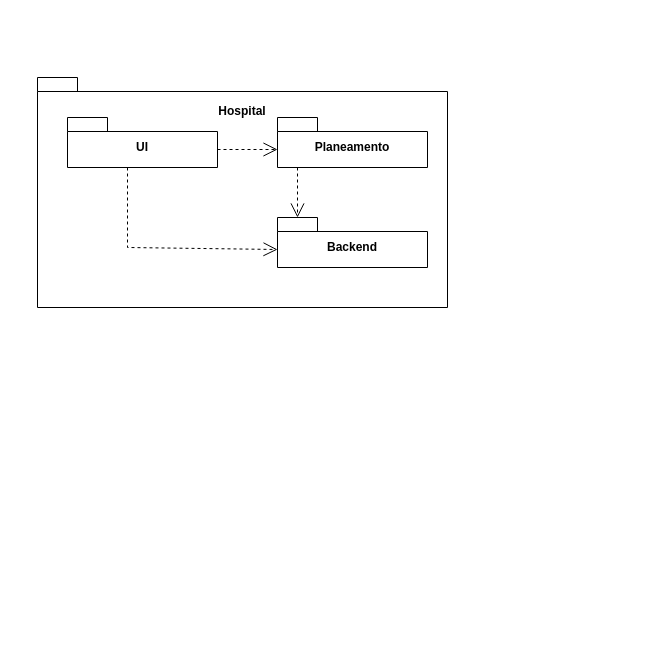
The draw.io diagram docs/geral/views/level-2/implementation/vista_implementacao.drawio in andredsferreira/p5sem-3dj-g59, before the edit. Source tidied: cells renumbered, new cells numbered last; positions are measured from the earlier drawing's top-left corner, leaving out a move shared by most shapes. Both pictures are drawn from the tidied source at 100%, with x=0, y=0 at pixel (37, 77).
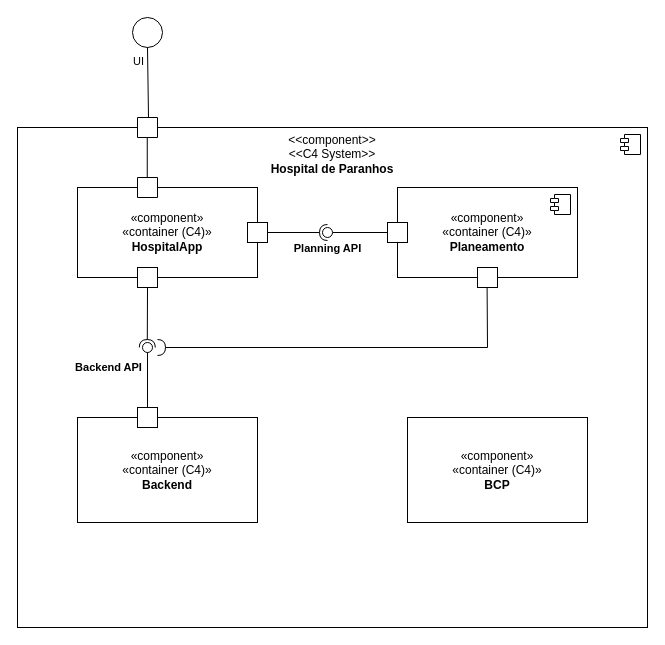
The same page after the edit.

The edit, as a diff of the source:
```diff
@@
-    <mxCell id="2" value="Hospital&lt;div&gt;&lt;br&gt;&lt;/div&gt;&lt;div&gt;&lt;br&gt;&lt;/div&gt;&lt;div&gt;&lt;br&gt;&lt;/div&gt;&lt;div&gt;&lt;br&gt;&lt;/div&gt;&lt;div&gt;&lt;br&gt;&lt;/div&gt;&lt;div&gt;&lt;br&gt;&lt;/div&gt;&lt;div&gt;&lt;br&gt;&lt;/div&gt;&lt;div&gt;&lt;br&gt;&lt;/div&gt;&lt;div&gt;&lt;br&gt;&lt;/div&gt;&lt;div&gt;&lt;br&gt;&lt;/div&gt;&lt;div&gt;&lt;br&gt;&lt;/div&gt;&lt;div&gt;&lt;br&gt;&lt;/div&gt;" style="shape=folder;fontStyle=1;spacingTop=10;tabWidth=40;tabHeight=14;tabPosition=left;html=1;whiteSpace=wrap;" parent="1" vertex="1">
-      <mxGeometry width="410" height="230" as="geometry" />
-    </mxCell>
+    <mxCell id="9" value="&amp;lt;&amp;lt;component&amp;gt;&amp;gt;&lt;div&gt;&amp;lt;&amp;lt;C4 System&amp;gt;&amp;gt;&lt;br&gt;&lt;b&gt;Hospital de Paranhos&lt;/b&gt;&lt;/div&gt;&lt;div&gt;&lt;b&gt;&lt;br&gt;&lt;/b&gt;&lt;/div&gt;&lt;div&gt;&lt;b&gt;&lt;br&gt;&lt;/b&gt;&lt;/div&gt;&lt;div&gt;&lt;b&gt;&lt;br&gt;&lt;/b&gt;&lt;/div&gt;&lt;div&gt;&lt;b&gt;&lt;br&gt;&lt;/b&gt;&lt;/div&gt;&lt;div&gt;&lt;b&gt;&lt;br&gt;&lt;/b&gt;&lt;/div&gt;&lt;div&gt;&lt;b&gt;&lt;br&gt;&lt;/b&gt;&lt;/div&gt;&lt;div&gt;&lt;b&gt;&lt;br&gt;&lt;/b&gt;&lt;/div&gt;&lt;div&gt;&lt;b&gt;&lt;br&gt;&lt;/b&gt;&lt;/div&gt;&lt;div&gt;&lt;b&gt;&lt;br&gt;&lt;/b&gt;&lt;/div&gt;&lt;div&gt;&lt;b&gt;&lt;br&gt;&lt;/b&gt;&lt;/div&gt;&lt;div&gt;&lt;b&gt;&lt;br&gt;&lt;/b&gt;&lt;/div&gt;&lt;div&gt;&lt;b&gt;&lt;br&gt;&lt;/b&gt;&lt;/div&gt;&lt;div&gt;&lt;b&gt;&lt;br&gt;&lt;/b&gt;&lt;/div&gt;&lt;div&gt;&lt;b&gt;&lt;br&gt;&lt;/b&gt;&lt;/div&gt;&lt;div&gt;&lt;b&gt;&lt;br&gt;&lt;/b&gt;&lt;/div&gt;&lt;div&gt;&lt;b&gt;&lt;br&gt;&lt;/b&gt;&lt;/div&gt;&lt;div&gt;&lt;b&gt;&lt;br&gt;&lt;/b&gt;&lt;/div&gt;&lt;div&gt;&lt;b&gt;&lt;br&gt;&lt;/b&gt;&lt;/div&gt;&lt;div&gt;&lt;b&gt;&lt;br&gt;&lt;/b&gt;&lt;/div&gt;&lt;div&gt;&lt;b&gt;&lt;br&gt;&lt;/b&gt;&lt;/div&gt;&lt;div&gt;&lt;b&gt;&lt;br&gt;&lt;/b&gt;&lt;/div&gt;&lt;div&gt;&lt;b&gt;&lt;br&gt;&lt;/b&gt;&lt;/div&gt;&lt;div&gt;&lt;b&gt;&lt;br&gt;&lt;/b&gt;&lt;/div&gt;&lt;div&gt;&lt;b&gt;&lt;br&gt;&lt;/b&gt;&lt;/div&gt;&lt;div&gt;&lt;b&gt;&lt;br&gt;&lt;/b&gt;&lt;/div&gt;&lt;div&gt;&lt;b&gt;&lt;br&gt;&lt;/b&gt;&lt;/div&gt;&lt;div&gt;&lt;b&gt;&lt;br&gt;&lt;/b&gt;&lt;/div&gt;&lt;div&gt;&lt;b&gt;&lt;br&gt;&lt;/b&gt;&lt;/div&gt;&lt;div&gt;&lt;b&gt;&lt;br&gt;&lt;/b&gt;&lt;/div&gt;&lt;div&gt;&lt;b&gt;&lt;br&gt;&lt;/b&gt;&lt;/div&gt;&lt;div&gt;&lt;br&gt;&lt;/div&gt;" style="html=1;whiteSpace=wrap;" parent="1" vertex="1">
+      <mxGeometry x="-20" y="50" width="630" height="500" as="geometry" />
+    </mxCell>
+    <mxCell id="10" style="shape=module;jettyWidth=8;jettyHeight=4;" parent="9" vertex="1">
+      <mxGeometry x="1" width="20" height="20" relative="1" as="geometry">
+        <mxPoint x="-27" y="7" as="offset" />
+      </mxGeometry>
+    </mxCell>
+    <mxCell id="11" style="verticalLabelPosition=bottom;verticalAlign=top;html=1;shape=mxgraph.basic.rect;fillColor2=none;strokeWidth=1;size=20;indent=5;" parent="1" vertex="1">
+      <mxGeometry x="100" y="40" width="20" height="20" as="geometry" />
+    </mxCell>
+    <mxCell id="12" style="endArrow=none;html=1;rounded=0;exitX=0.488;exitY=0.015;exitDx=0;exitDy=0;exitPerimeter=0;entryX=0.488;entryY=1.026;entryDx=0;entryDy=0;entryPerimeter=0;" parent="1" edge="1" source="19" target="11">
+      <mxGeometry relative="1" as="geometry" />
+    </mxCell>
+    <mxCell id="13" style="ellipse;whiteSpace=wrap;html=1;align=center;fillColor=none;strokeColor=none;perimeter=centerPerimeter;" parent="1" vertex="1">
+      <mxGeometry x="130" y="160" width="10" height="10" as="geometry" />
+    </mxCell>
+    <mxCell id="14" style="ellipse;whiteSpace=wrap;html=1;" parent="1" vertex="1">
+      <mxGeometry x="95" y="-60" width="30" height="30" as="geometry" />
+    </mxCell>
+    <mxCell id="15" style="endArrow=none;html=1;rounded=0;entryX=0.5;entryY=1;entryDx=0;entryDy=0;exitX=0.55;exitY=0.011;exitDx=0;exitDy=0;exitPerimeter=0;" parent="1" edge="1" source="11" target="14">
+      <mxGeometry relative="1" as="geometry" />
+    </mxCell>
-    <mxCell id="3" value="UI" style="shape=folder;fontStyle=1;spacingTop=10;tabWidth=40;tabHeight=14;tabPosition=left;html=1;whiteSpace=wrap;" parent="1" vertex="1">
-      <mxGeometry x="30" y="40" width="150" height="50" as="geometry" />
+    <mxCell id="3" value="UI" style="edgeLabel;html=1;align=center;verticalAlign=middle;points=[];" parent="15" vertex="1">
+      <mxGeometry x="0.73" y="1" relative="1" as="geometry">
+        <mxPoint x="-9" y="4" as="offset" />
+      </mxGeometry>
     </mxCell>
-    <mxCell id="4" style="endArrow=open;endSize=12;dashed=1;html=1;rounded=0;entryX=0;entryY=0;entryDx=0;entryDy=32;entryPerimeter=0;exitX=0;exitY=0;exitDx=150;exitDy=32;exitPerimeter=0;" parent="1" edge="1" source="3" target="5">
-      <mxGeometry relative="1" as="geometry" />
-    </mxCell>
-    <mxCell id="5" value="Planeamento" style="shape=folder;fontStyle=1;spacingTop=10;tabWidth=40;tabHeight=14;tabPosition=left;html=1;whiteSpace=wrap;" parent="1" vertex="1">
-      <mxGeometry x="240" y="40" width="150" height="50" as="geometry" />
-    </mxCell>
-    <mxCell id="6" value="Backend" style="shape=folder;fontStyle=1;spacingTop=10;tabWidth=40;tabHeight=14;tabPosition=left;html=1;whiteSpace=wrap;" parent="1" vertex="1">
-      <mxGeometry x="240" y="140" width="150" height="50" as="geometry" />
-    </mxCell>
-    <mxCell id="7" style="endArrow=open;endSize=12;dashed=1;html=1;rounded=0;entryX=0;entryY=0;entryDx=20;entryDy=0;entryPerimeter=0;" parent="1" edge="1" target="6">
-      <mxGeometry relative="1" as="geometry">
-        <mxPoint x="260" y="90" as="sourcePoint" />
-      </mxGeometry>
-    </mxCell>
-    <mxCell id="8" style="endArrow=open;endSize=12;dashed=1;html=1;rounded=0;entryX=0;entryY=0;entryDx=0;entryDy=32;entryPerimeter=0;" parent="1" edge="1" target="6">
-      <mxGeometry relative="1" as="geometry">
-        <mxPoint x="90" y="90" as="sourcePoint" />
-        <Array as="points">
-          <mxPoint x="90" y="170" />
-        </Array>
-      </mxGeometry>
-    </mxCell>
+    <mxCell id="16" value="«component»&lt;div&gt;«container (C4)»&lt;br&gt;&lt;b&gt;Planeamento&lt;/b&gt;&lt;/div&gt;" style="html=1;whiteSpace=wrap;" parent="1" vertex="1">
+      <mxGeometry x="360" y="110" width="180" height="90" as="geometry" />
+    </mxCell>
+    <mxCell id="17" style="shape=module;jettyWidth=8;jettyHeight=4;" parent="16" vertex="1">
+      <mxGeometry x="1" width="20" height="20" relative="1" as="geometry">
+        <mxPoint x="-27" y="7" as="offset" />
+      </mxGeometry>
+    </mxCell>
+    <mxCell id="18" value="«component»&lt;div&gt;«container (C4)»&lt;br&gt;&lt;b&gt;HospitalApp&lt;/b&gt;&lt;/div&gt;" style="html=1;whiteSpace=wrap;" parent="1" vertex="1">
+      <mxGeometry x="40" y="110" width="180" height="90" as="geometry" />
+    </mxCell>
+    <mxCell id="19" style="verticalLabelPosition=bottom;verticalAlign=top;html=1;shape=mxgraph.basic.rect;fillColor2=none;strokeWidth=1;size=20;indent=5;" parent="1" vertex="1">
+      <mxGeometry x="100" y="100" width="20" height="20" as="geometry" />
+    </mxCell>
+    <mxCell id="20" value="«component»&lt;br&gt;«container (C4)»&lt;div&gt;&lt;b&gt;Backend&lt;/b&gt;&lt;/div&gt;" style="rounded=0;whiteSpace=wrap;html=1;" parent="1" vertex="1">
+      <mxGeometry x="40" y="340" width="180" height="105" as="geometry" />
+    </mxCell>
+    <mxCell id="21" value="«component»&lt;br&gt;«container (C4)»&lt;div&gt;&lt;b&gt;BCP&lt;/b&gt;&lt;/div&gt;" style="rounded=0;whiteSpace=wrap;html=1;" parent="1" vertex="1">
+      <mxGeometry x="370" y="340" width="180" height="105" as="geometry" />
+    </mxCell>
+    <mxCell id="22" style="rounded=0;jettySize=auto;html=1;endArrow=halfCircle;endFill=0;endSize=6;strokeWidth=1;sketch=0;exitX=0.5;exitY=1;exitDx=0;exitDy=0;entryX=0.206;entryY=0.44;entryDx=0;entryDy=0;entryPerimeter=0;" parent="1" edge="1" source="27" target="9">
+      <mxGeometry relative="1" as="geometry" />
+    </mxCell>
+    <mxCell id="23" style="rounded=0;jettySize=auto;html=1;endArrow=oval;endFill=0;sketch=0;sourcePerimeterSpacing=0;targetPerimeterSpacing=0;endSize=10;exitX=0.5;exitY=0;exitDx=0;exitDy=0;" parent="1" edge="1" source="26">
+      <mxGeometry relative="1" as="geometry">
+        <mxPoint x="110" y="270" as="targetPoint" />
+      </mxGeometry>
+    </mxCell>
+    <mxCell id="24" value="&lt;b&gt;Backend API&lt;/b&gt;" style="edgeLabel;html=1;align=center;verticalAlign=middle;" parent="23" vertex="1">
+      <mxGeometry x="0.82" y="3" relative="1" as="geometry">
+        <mxPoint x="-37" y="14" as="offset" />
+      </mxGeometry>
+    </mxCell>
+    <mxCell id="25" style="ellipse;whiteSpace=wrap;html=1;align=center;fillColor=none;strokeColor=none;perimeter=centerPerimeter;" parent="1" vertex="1">
+      <mxGeometry x="195" y="190" width="10" height="10" as="geometry" />
+    </mxCell>
+    <mxCell id="26" style="rounded=0;whiteSpace=wrap;html=1;" parent="1" vertex="1">
+      <mxGeometry x="100" y="330" width="20" height="20" as="geometry" />
+    </mxCell>
+    <mxCell id="27" style="rounded=0;whiteSpace=wrap;html=1;" parent="1" vertex="1">
+      <mxGeometry x="100" y="190" width="20" height="20" as="geometry" />
+    </mxCell>
+    <mxCell id="28" style="rounded=0;whiteSpace=wrap;html=1;" parent="1" vertex="1">
+      <mxGeometry x="210" y="145" width="20" height="20" as="geometry" />
+    </mxCell>
+    <mxCell id="29" style="rounded=0;whiteSpace=wrap;html=1;" parent="1" vertex="1">
+      <mxGeometry x="350" y="145" width="20" height="20" as="geometry" />
+    </mxCell>
+    <mxCell id="30" style="rounded=0;whiteSpace=wrap;html=1;" parent="1" vertex="1">
+      <mxGeometry x="440" y="190" width="20" height="20" as="geometry" />
+    </mxCell>
+    <mxCell id="31" style="rounded=0;orthogonalLoop=1;jettySize=auto;html=1;endArrow=halfCircle;endFill=0;endSize=6;strokeWidth=1;sketch=0;exitX=0.5;exitY=1;exitDx=0;exitDy=0;" parent="1" edge="1">
+      <mxGeometry relative="1" as="geometry">
+        <mxPoint x="449.6" y="210" as="sourcePoint" />
+        <mxPoint x="120" y="270" as="targetPoint" />
+        <Array as="points">
+          <mxPoint x="450" y="270" />
+        </Array>
+      </mxGeometry>
+    </mxCell>
+    <mxCell id="32" style="rounded=0;jettySize=auto;html=1;endArrow=halfCircle;endFill=0;endSize=6;strokeWidth=1;sketch=0;exitX=1;exitY=0.5;exitDx=0;exitDy=0;" parent="1" edge="1" source="28">
+      <mxGeometry relative="1" as="geometry">
+        <mxPoint x="290" y="155" as="targetPoint" />
+      </mxGeometry>
+    </mxCell>
+    <mxCell id="33" style="rounded=0;jettySize=auto;html=1;endArrow=oval;endFill=0;sketch=0;sourcePerimeterSpacing=0;targetPerimeterSpacing=0;endSize=10;exitX=0;exitY=0.5;exitDx=0;exitDy=0;" parent="1" edge="1" source="29">
+      <mxGeometry relative="1" as="geometry">
+        <mxPoint x="290" y="155" as="targetPoint" />
+      </mxGeometry>
+    </mxCell>
+    <mxCell id="34" value="&lt;b&gt;Planning API&lt;/b&gt;" style="edgeLabel;html=1;align=center;verticalAlign=middle;" parent="33" vertex="1">
+      <mxGeometry x="0.82" y="3" relative="1" as="geometry">
+        <mxPoint x="-6" y="12" as="offset" />
+      </mxGeometry>
+    </mxCell>
```
